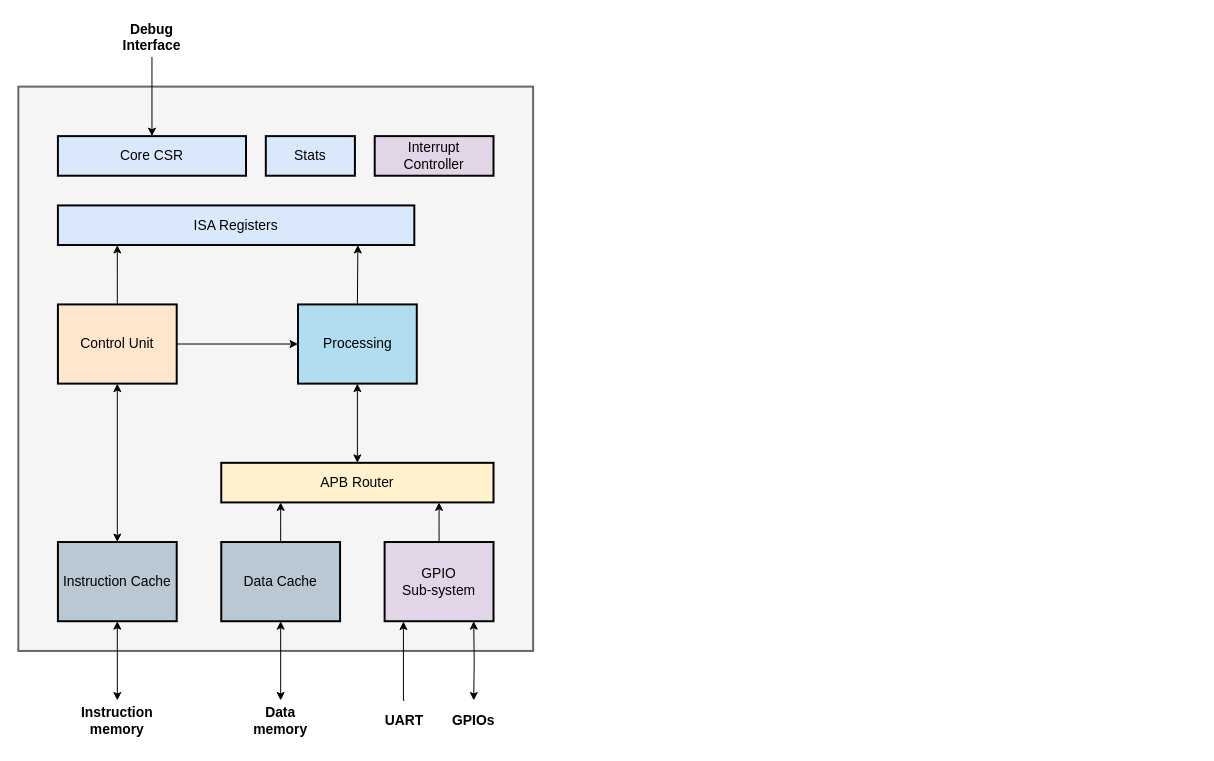
Before: page "Overview" (1 of 5) of doc/friscv.drawio in dpretet/friscv, a draw.io diagram. Source tidied: cells renumbered, new cells numbered last; positions are measured from the earlier drawing's top-left corner, leaving out a move shared by most shapes. Both pictures are drawn from the tidied source at 99%, with x=0, y=0 at pixel (18, 17).
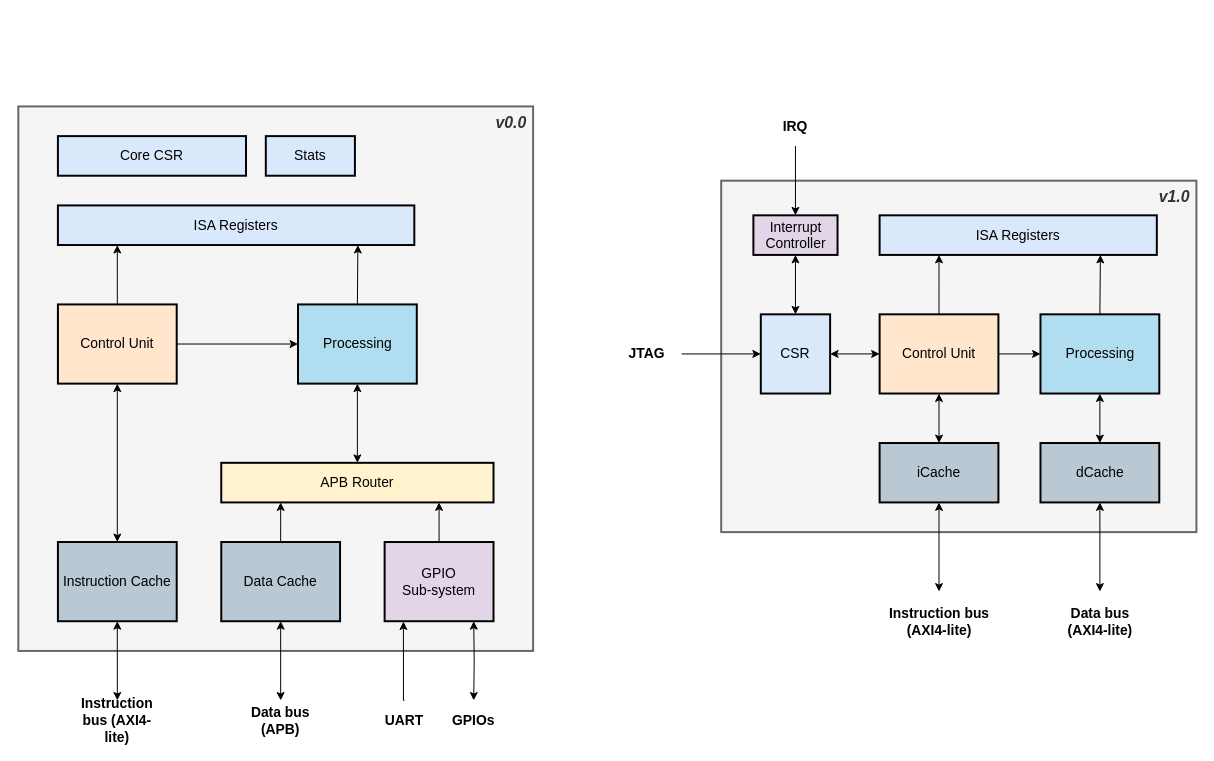
The same page after the edit.

Unchanged cells that the change refers to:
```xml
<mxCell id="17" value="Core CSR" style="rounded=0;whiteSpace=wrap;html=1;fillColor=#dae8fc;strokeWidth=2;fontSize=14;" parent="1" vertex="1">
  <mxGeometry x="40" y="120" width="190" height="40" as="geometry" />
</mxCell>
```

Diff of the diagram source:
```diff
@@
-    <mxCell id="2" style="rounded=0;whiteSpace=wrap;html=1;strokeWidth=2;fillColor=#f5f5f5;strokeColor=#666666;fontColor=#333333;" parent="1" vertex="1">
-      <mxGeometry y="70" width="520" height="570" as="geometry" />
+    <mxCell id="2" value="v0.0&amp;nbsp;" style="rounded=0;whiteSpace=wrap;html=1;strokeWidth=2;fillColor=#f5f5f5;strokeColor=#666666;fontColor=#333333;verticalAlign=top;align=right;fontSize=16;fontStyle=3;" parent="1" vertex="1">
+      <mxGeometry y="90" width="520" height="550" as="geometry" />
     </mxCell>
@@
-    <mxCell id="14" value="Data memory" style="text;html=1;strokeColor=none;fillColor=none;align=center;verticalAlign=middle;whiteSpace=wrap;rounded=0;fontStyle=1;fontSize=14;" parent="1" vertex="1">
+    <mxCell id="14" value="Data bus (APB)" style="text;html=1;strokeColor=none;fillColor=none;align=center;verticalAlign=middle;whiteSpace=wrap;rounded=0;fontStyle=1;fontSize=14;" parent="1" vertex="1">
       <mxGeometry x="230" y="690" width="70" height="40" as="geometry" />
     </mxCell>
-    <mxCell id="15" value="Instruction memory" style="text;html=1;strokeColor=none;fillColor=none;align=center;verticalAlign=middle;whiteSpace=wrap;rounded=0;fontStyle=1;fontSize=14;" parent="1" vertex="1">
+    <mxCell id="15" value="Instruction bus (AXI4-lite)" style="text;html=1;strokeColor=none;fillColor=none;align=center;verticalAlign=middle;whiteSpace=wrap;rounded=0;fontStyle=1;fontSize=14;" parent="1" vertex="1">
       <mxGeometry x="65" y="690" width="70" height="40" as="geometry" />
     </mxCell>
-    <mxCell id="16" style="edgeStyle=orthogonalEdgeStyle;rounded=0;jettySize=auto;html=1;exitX=0.5;exitY=1;exitDx=0;exitDy=0;startArrow=none;startFill=0;fontSize=14;entryX=0.5;entryY=0;entryDx=0;entryDy=0;" parent="1" edge="1" source="18" target="17">
-      <mxGeometry relative="1" as="geometry" />
-    </mxCell>
@@
-    <mxCell id="18" value="Debug Interface" style="text;html=1;strokeColor=none;fillColor=none;align=center;verticalAlign=middle;whiteSpace=wrap;rounded=0;fontStyle=1;fontSize=14;" parent="1" vertex="1">
-      <mxGeometry x="100" width="70" height="40" as="geometry" />
-    </mxCell>
@@
-    <mxCell id="28" value="Interrupt &lt;br&gt;Controller" style="rounded=0;whiteSpace=wrap;html=1;fillColor=#e1d5e7;strokeWidth=2;fontSize=14;" parent="1" vertex="1">
-      <mxGeometry x="360" y="120" width="120" height="40" as="geometry" />
-    </mxCell>
@@
+    <mxCell id="31" value="v1.0&amp;nbsp;" style="rounded=0;whiteSpace=wrap;html=1;strokeWidth=2;fillColor=#f5f5f5;strokeColor=#666666;fontColor=#333333;fontSize=16;verticalAlign=top;align=right;fontStyle=3;" parent="1" vertex="1">
+      <mxGeometry x="710" y="165" width="480" height="355" as="geometry" />
+    </mxCell>
+    <mxCell id="32" style="edgeStyle=orthogonalEdgeStyle;rounded=0;jettySize=auto;html=1;startArrow=classic;startFill=1;entryX=0.5;entryY=0;entryDx=0;entryDy=0;exitX=0.5;exitY=1;exitDx=0;exitDy=0;" parent="1" edge="1" source="49" target="42">
+      <mxGeometry relative="1" as="geometry" />
+    </mxCell>
+    <mxCell id="33" style="edgeStyle=orthogonalEdgeStyle;rounded=0;jettySize=auto;html=1;exitX=0.5;exitY=1;exitDx=0;exitDy=0;startArrow=classic;startFill=1;fontSize=14;" parent="1" edge="1" source="35" target="49">
+      <mxGeometry relative="1" as="geometry" />
+    </mxCell>
+    <mxCell id="34" style="edgeStyle=elbowEdgeStyle;rounded=0;sketch=0;jumpStyle=none;jettySize=auto;html=1;exitX=0.5;exitY=0;exitDx=0;exitDy=0;fontColor=#000066;strokeColor=#000000;" parent="1" edge="1" source="35" target="41">
+      <mxGeometry relative="1" as="geometry" />
+    </mxCell>
+    <mxCell id="35" value="Processing" style="rounded=0;whiteSpace=wrap;html=1;fillColor=#b1ddf0;strokeWidth=2;fontSize=14;" parent="1" vertex="1">
+      <mxGeometry x="1032.5" y="300" width="120" height="80" as="geometry" />
+    </mxCell>
+    <mxCell id="36" style="edgeStyle=orthogonalEdgeStyle;rounded=0;jettySize=auto;html=1;startArrow=none;startFill=0;fontSize=14;" parent="1" edge="1" source="39" target="35">
+      <mxGeometry relative="1" as="geometry" />
+    </mxCell>
+    <mxCell id="37" style="edgeStyle=orthogonalEdgeStyle;rounded=0;jettySize=auto;html=1;startArrow=classic;startFill=1;fontSize=14;" parent="1" edge="1" source="39" target="48">
+      <mxGeometry relative="1" as="geometry" />
+    </mxCell>
+    <mxCell id="38" style="edgeStyle=elbowEdgeStyle;rounded=0;sketch=0;jumpStyle=none;jettySize=auto;html=1;exitX=0.5;exitY=0;exitDx=0;exitDy=0;fontColor=#000066;strokeColor=#000000;" parent="1" edge="1" source="39">
+      <mxGeometry relative="1" as="geometry">
+        <mxPoint x="930" y="240" as="targetPoint" />
+      </mxGeometry>
+    </mxCell>
+    <mxCell id="39" value="Control Unit" style="rounded=0;whiteSpace=wrap;html=1;fillColor=#FFE6CC;strokeWidth=2;fontSize=14;" parent="1" vertex="1">
+      <mxGeometry x="870" y="300" width="120" height="80" as="geometry" />
+    </mxCell>
+    <mxCell id="40" style="edgeStyle=orthogonalEdgeStyle;rounded=0;jettySize=auto;html=1;entryX=0.5;entryY=0;entryDx=0;entryDy=0;exitX=0.5;exitY=1;exitDx=0;exitDy=0;startArrow=classic;startFill=1;" parent="1" edge="1" source="48" target="43">
+      <mxGeometry relative="1" as="geometry" />
+    </mxCell>
+    <mxCell id="41" value="ISA Registers" style="rounded=0;whiteSpace=wrap;html=1;fillColor=#dae8fc;strokeWidth=2;fontSize=14;" parent="1" vertex="1">
+      <mxGeometry x="870" y="200" width="280" height="40" as="geometry" />
+    </mxCell>
+    <mxCell id="42" value="Data bus (AXI4-lite)" style="text;html=1;strokeColor=none;fillColor=none;align=center;verticalAlign=middle;whiteSpace=wrap;rounded=0;fontStyle=1;fontSize=14;" parent="1" vertex="1">
+      <mxGeometry x="1057.5" y="580" width="70" height="60" as="geometry" />
+    </mxCell>
+    <mxCell id="43" value="Instruction bus (AXI4-lite)" style="text;html=1;strokeColor=none;fillColor=none;align=center;verticalAlign=middle;whiteSpace=wrap;rounded=0;fontStyle=1;fontSize=14;" parent="1" vertex="1">
+      <mxGeometry x="877.5" y="580" width="105" height="60" as="geometry" />
+    </mxCell>
+    <mxCell id="44" style="edgeStyle=orthogonalEdgeStyle;rounded=0;jettySize=auto;html=1;exitX=1;exitY=0.5;exitDx=0;exitDy=0;startArrow=none;startFill=0;fontSize=14;entryX=0;entryY=0.5;entryDx=0;entryDy=0;" parent="1" edge="1" source="47" target="46">
+      <mxGeometry relative="1" as="geometry" />
+    </mxCell>
+    <mxCell id="45" style="edgeStyle=orthogonalEdgeStyle;rounded=0;jettySize=auto;html=1;exitX=1;exitY=0.5;exitDx=0;exitDy=0;entryX=0;entryY=0.5;entryDx=0;entryDy=0;startArrow=classic;startFill=1;" parent="1" edge="1" source="46" target="39">
+      <mxGeometry relative="1" as="geometry" />
+    </mxCell>
+    <mxCell id="46" value="CSR" style="rounded=0;whiteSpace=wrap;html=1;fillColor=#dae8fc;strokeWidth=2;fontSize=14;" parent="1" vertex="1">
+      <mxGeometry x="750" y="300" width="70" height="80" as="geometry" />
+    </mxCell>
+    <mxCell id="47" value="JTAG" style="text;html=1;strokeColor=none;fillColor=none;align=center;verticalAlign=middle;whiteSpace=wrap;rounded=0;fontStyle=1;fontSize=14;" parent="1" vertex="1">
+      <mxGeometry x="600" y="320" width="70" height="40" as="geometry" />
+    </mxCell>
+    <mxCell id="48" value="iCache" style="rounded=0;whiteSpace=wrap;html=1;fillColor=#bac8d3;strokeWidth=2;fontSize=14;" parent="1" vertex="1">
+      <mxGeometry x="870" y="430" width="120" height="60" as="geometry" />
+    </mxCell>
+    <mxCell id="49" value="dCache" style="rounded=0;whiteSpace=wrap;html=1;fillColor=#bac8d3;strokeWidth=2;fontSize=14;" parent="1" vertex="1">
+      <mxGeometry x="1032.5" y="430" width="120" height="60" as="geometry" />
+    </mxCell>
+    <mxCell id="50" style="edgeStyle=orthogonalEdgeStyle;rounded=0;jettySize=auto;html=1;exitX=0.5;exitY=1;exitDx=0;exitDy=0;entryX=0.5;entryY=0;entryDx=0;entryDy=0;startArrow=classic;startFill=1;" parent="1" edge="1" source="28" target="46">
+      <mxGeometry relative="1" as="geometry" />
+    </mxCell>
+    <mxCell id="51" style="edgeStyle=orthogonalEdgeStyle;rounded=0;jettySize=auto;html=1;exitX=0.5;exitY=1;exitDx=0;exitDy=0;startArrow=none;startFill=0;entryX=0.5;entryY=0;entryDx=0;entryDy=0;" parent="1" edge="1" source="52" target="28">
+      <mxGeometry relative="1" as="geometry" />
+    </mxCell>
+    <mxCell id="28" value="Interrupt &lt;br&gt;Controller" style="rounded=0;whiteSpace=wrap;html=1;fillColor=#e1d5e7;strokeWidth=2;fontSize=14;" parent="1" vertex="1">
+      <mxGeometry x="742.5" y="200" width="85" height="40" as="geometry" />
+    </mxCell>
+    <mxCell id="52" value="IRQ" style="text;html=1;strokeColor=none;fillColor=none;align=center;verticalAlign=middle;whiteSpace=wrap;rounded=0;fontStyle=1;fontSize=14;" parent="1" vertex="1">
+      <mxGeometry x="750" y="90" width="70" height="40" as="geometry" />
+    </mxCell>
```
